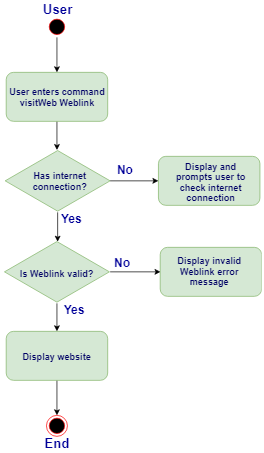
The draw.io diagram images/VisitWebUrlActivityDiagram.png in CS2103-AY1819S2-W17-1/main, before a commit. Source tidied: cells renumbered, new cells last; positions are measured from the earlier drawing's top-left corner, leaving out a move shared by most shapes. Its diagram source:
```xml
<mxGraphModel background="#ffffff">
  <root>
    <mxCell id="0" />
    <mxCell id="1" parent="0" />
    <mxCell id="2" style="edgeStyle=orthogonalEdgeStyle;rounded=0;jettySize=auto;html=1;entryX=0.5;entryY=0;entryDx=0;entryDy=0;fontSize=13;fontColor=#000066;" parent="1" edge="1" source="3" target="16">
      <mxGeometry relative="1" as="geometry" />
    </mxCell>
    <mxCell id="3" style="html=1;whiteSpace=wrap;shape=isoRectangle;fontSize=13;fillColor=#d5e8d4;strokeColor=#82b366;" parent="1" vertex="1">
      <mxGeometry x="2" y="340" width="150" height="90" as="geometry" />
    </mxCell>
    <mxCell id="4" style="edgeStyle=orthogonalEdgeStyle;rounded=0;jettySize=auto;html=1;entryX=0.506;entryY=0.019;entryDx=0;entryDy=0;entryPerimeter=0;fontSize=13;fontColor=#000066;" parent="1" edge="1" source="5" target="3">
      <mxGeometry relative="1" as="geometry" />
    </mxCell>
    <mxCell id="5" style="html=1;whiteSpace=wrap;shape=isoRectangle;fontSize=13;fillColor=#d5e8d4;strokeColor=#82b366;" parent="1" vertex="1">
      <mxGeometry x="3" y="210" width="150" height="90" as="geometry" />
    </mxCell>
    <mxCell id="6" style="ellipse;html=1;shape=startState;fillColor=#000000;strokeColor=#ff0000;rounded=1;shadow=0;comic=0;labelBackgroundColor=none;fontFamily=Verdana;fontSize=12;fontColor=#000000;align=center;direction=south;" parent="1" vertex="1">
      <mxGeometry x="62" y="20" width="30" height="30" as="geometry" />
    </mxCell>
    <mxCell id="7" style="edgeStyle=orthogonalEdgeStyle;rounded=0;jettySize=auto;html=1;exitX=0.5;exitY=1;exitDx=0;exitDy=0;fontSize=13;fontColor=#000066;" parent="1" edge="1" source="8">
      <mxGeometry relative="1" as="geometry">
        <mxPoint x="77" y="211" as="targetPoint" />
      </mxGeometry>
    </mxCell>
    <mxCell id="8" style="rounded=1;whiteSpace=wrap;html=1;fillColor=#d5e8d4;strokeColor=#82b366;" parent="1" vertex="1">
      <mxGeometry x="4.5" y="100" width="145" height="70" as="geometry" />
    </mxCell>
    <mxCell id="9" value="&lt;font style=&quot;font-size: 13px&quot;&gt;&lt;b&gt;User enters command visitWeb Weblink&lt;/b&gt;&lt;/font&gt;" style="text;html=1;strokeColor=none;fillColor=none;align=center;verticalAlign=middle;whiteSpace=wrap;rounded=0;fontSize=13;fontColor=#000066;" parent="1" vertex="1">
      <mxGeometry x="-0.5" y="125" width="155" height="20" as="geometry" />
    </mxCell>
    <mxCell id="10" value="&lt;b&gt;&lt;font style=&quot;font-size: 19px&quot;&gt;User&lt;/font&gt;&lt;/b&gt;" style="text;html=1;strokeColor=none;fillColor=none;align=center;verticalAlign=middle;whiteSpace=wrap;rounded=0;fontColor=#000099;" parent="1" vertex="1">
      <mxGeometry x="58" width="40" height="20" as="geometry" />
    </mxCell>
    <mxCell id="11" style="edgeStyle=orthogonalEdgeStyle;rounded=0;jettySize=auto;html=1;fontSize=13;fontColor=#000066;entryX=0;entryY=0.5;entryDx=0;entryDy=0;" parent="1" edge="1" source="12" target="18">
      <mxGeometry relative="1" as="geometry" />
    </mxCell>
    <mxCell id="12" value="&lt;b&gt;Has internet connection?&lt;/b&gt;" style="text;html=1;strokeColor=none;fillColor=none;align=center;verticalAlign=middle;whiteSpace=wrap;rounded=0;fontSize=13;fontColor=#000066;" parent="1" vertex="1">
      <mxGeometry x="10" y="245" width="143" height="20" as="geometry" />
    </mxCell>
    <mxCell id="13" style="edgeStyle=orthogonalEdgeStyle;rounded=0;jettySize=auto;html=1;entryX=0;entryY=0.5;entryDx=0;entryDy=0;fontSize=13;fontColor=#000066;exitX=1.005;exitY=0.502;exitDx=0;exitDy=0;exitPerimeter=0;" parent="1" edge="1" source="3" target="20">
      <mxGeometry relative="1" as="geometry" />
    </mxCell>
    <mxCell id="14" value="&lt;b&gt;Is Weblink valid?&lt;/b&gt;" style="text;html=1;strokeColor=none;fillColor=none;align=center;verticalAlign=middle;whiteSpace=wrap;rounded=0;fontSize=13;fontColor=#000066;" parent="1" vertex="1">
      <mxGeometry x="5.5" y="377.5" width="143" height="20" as="geometry" />
    </mxCell>
    <mxCell id="15" style="edgeStyle=orthogonalEdgeStyle;rounded=0;jettySize=auto;html=1;entryX=0.5;entryY=0;entryDx=0;entryDy=0;fontSize=13;fontColor=#000066;" parent="1" edge="1" source="16" target="27">
      <mxGeometry relative="1" as="geometry" />
    </mxCell>
    <mxCell id="16" style="rounded=1;whiteSpace=wrap;html=1;fillColor=#d5e8d4;strokeColor=#82b366;" parent="1" vertex="1">
      <mxGeometry x="4.5" y="470" width="145" height="70" as="geometry" />
    </mxCell>
    <mxCell id="17" value="&lt;b&gt;Display website&lt;/b&gt;" style="text;html=1;strokeColor=none;fillColor=none;align=center;verticalAlign=middle;whiteSpace=wrap;rounded=0;fontSize=13;fontColor=#000066;" parent="1" vertex="1">
      <mxGeometry x="5.5" y="495" width="143" height="20" as="geometry" />
    </mxCell>
    <mxCell id="18" style="rounded=1;whiteSpace=wrap;html=1;fillColor=#d5e8d4;strokeColor=#82b366;" parent="1" vertex="1">
      <mxGeometry x="222" y="220" width="145" height="70" as="geometry" />
    </mxCell>
    <mxCell id="19" value="&lt;b&gt;Display and prompts user to check internet connection&lt;/b&gt;" style="text;html=1;strokeColor=none;fillColor=none;align=center;verticalAlign=middle;whiteSpace=wrap;rounded=0;fontSize=13;fontColor=#000066;" parent="1" vertex="1">
      <mxGeometry x="232" y="245" width="130" height="25" as="geometry" />
    </mxCell>
    <mxCell id="20" style="rounded=1;whiteSpace=wrap;html=1;fillColor=#d5e8d4;strokeColor=#82b366;" parent="1" vertex="1">
      <mxGeometry x="224.5" y="350" width="145" height="70" as="geometry" />
    </mxCell>
    <mxCell id="21" value="&lt;b&gt;Display invalid Weblink error message&lt;/b&gt;" style="text;html=1;strokeColor=none;fillColor=none;align=center;verticalAlign=middle;whiteSpace=wrap;rounded=0;fontSize=13;fontColor=#000066;" parent="1" vertex="1">
      <mxGeometry x="229.5" y="372.5" width="130" height="25" as="geometry" />
    </mxCell>
    <mxCell id="22" value="&lt;b&gt;&lt;font style=&quot;font-size: 17px&quot;&gt;No&lt;/font&gt;&lt;/b&gt;" style="text;html=1;strokeColor=none;fillColor=none;align=center;verticalAlign=middle;whiteSpace=wrap;rounded=0;fontColor=#000099;" parent="1" vertex="1">
      <mxGeometry x="154.5" y="230" width="40" height="20" as="geometry" />
    </mxCell>
    <mxCell id="23" value="&lt;b&gt;&lt;font style=&quot;font-size: 17px&quot;&gt;No&lt;/font&gt;&lt;/b&gt;" style="text;html=1;strokeColor=none;fillColor=none;align=center;verticalAlign=middle;whiteSpace=wrap;rounded=0;fontColor=#000099;" parent="1" vertex="1">
      <mxGeometry x="150.5" y="362.5" width="40" height="20" as="geometry" />
    </mxCell>
    <mxCell id="24" value="&lt;b&gt;&lt;font style=&quot;font-size: 17px&quot;&gt;Yes&lt;/font&gt;&lt;/b&gt;" style="text;html=1;strokeColor=none;fillColor=none;align=center;verticalAlign=middle;whiteSpace=wrap;rounded=0;fontColor=#000099;" parent="1" vertex="1">
      <mxGeometry x="78" y="300" width="40" height="20" as="geometry" />
    </mxCell>
    <mxCell id="25" value="&lt;b&gt;&lt;font style=&quot;font-size: 17px&quot;&gt;Yes&lt;/font&gt;&lt;/b&gt;" style="text;html=1;strokeColor=none;fillColor=none;align=center;verticalAlign=middle;whiteSpace=wrap;rounded=0;fontColor=#000099;" parent="1" vertex="1">
      <mxGeometry x="81.5" y="430" width="40" height="20" as="geometry" />
    </mxCell>
    <mxCell id="26" style="edgeStyle=orthogonalEdgeStyle;rounded=0;orthogonalLoop=1;jettySize=auto;html=1;exitX=0.5;exitY=1;exitDx=0;exitDy=0;fontSize=13;fontColor=#000066;" parent="1" edge="1" source="10" target="10">
      <mxGeometry relative="1" as="geometry" />
    </mxCell>
    <mxCell id="27" style="ellipse;html=1;shape=endState;fillColor=#000000;strokeColor=#ff0000;fontSize=13;fontColor=#000066;" parent="1" vertex="1">
      <mxGeometry x="62" y="590" width="30" height="30" as="geometry" />
    </mxCell>
    <mxCell id="28" value="&lt;b&gt;&lt;font style=&quot;font-size: 19px&quot;&gt;End&lt;br&gt;&lt;/font&gt;&lt;/b&gt;" style="text;html=1;strokeColor=none;fillColor=none;align=center;verticalAlign=middle;whiteSpace=wrap;rounded=0;fontColor=#000099;" parent="1" vertex="1">
      <mxGeometry x="57" y="620" width="40" height="20" as="geometry" />
    </mxCell>
    <mxCell id="29" style="edgeStyle=orthogonalEdgeStyle;rounded=0;jettySize=auto;html=1;exitX=1;exitY=0.5;exitDx=0;exitDy=0;fontSize=13;fontColor=#000066;entryX=0.5;entryY=0;entryDx=0;entryDy=0;" parent="1" edge="1" source="6" target="8">
      <mxGeometry relative="1" as="geometry">
        <Array as="points">
          <mxPoint x="77" y="90" />
          <mxPoint x="77" y="90" />
        </Array>
      </mxGeometry>
    </mxCell>
  </root>
</mxGraphModel>
```
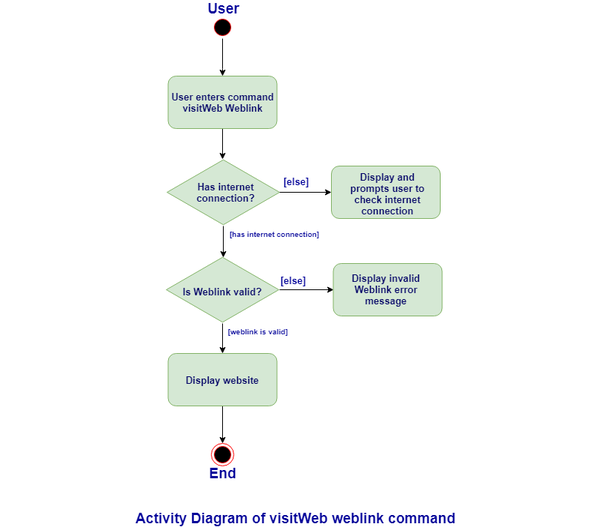
Above is the later version.

Change to the diagram source:
```diff
@@ -17,11 +17,11 @@
     <mxCell id="6" style="ellipse;html=1;shape=startState;fillColor=#000000;strokeColor=#ff0000;rounded=1;shadow=0;comic=0;labelBackgroundColor=none;fontFamily=Verdana;fontSize=12;fontColor=#000000;align=center;direction=south;" parent="1" vertex="1">
       <mxGeometry x="62" y="20" width="30" height="30" as="geometry" />
     </mxCell>
-    <mxCell id="7" style="edgeStyle=orthogonalEdgeStyle;rounded=0;jettySize=auto;html=1;exitX=0.5;exitY=1;exitDx=0;exitDy=0;fontSize=13;fontColor=#000066;" parent="1" edge="1" source="8">
-      <mxGeometry relative="1" as="geometry">
-        <mxPoint x="77" y="211" as="targetPoint" />
-      </mxGeometry>
-    </mxCell>
+    <mxCell id="30" style="edgeStyle=orthogonalEdgeStyle;rounded=0;jettySize=auto;html=1;exitX=0.5;exitY=1;exitDx=0;exitDy=0;fontSize=13;fontColor=#000066;" parent="1" edge="1" source="8">
+      <mxGeometry relative="1" as="geometry">
+        <mxPoint x="77" y="211" as="targetPoint" />
+      </mxGeometry>
+    </mxCell>
     <mxCell id="8" style="rounded=1;whiteSpace=wrap;html=1;fillColor=#d5e8d4;strokeColor=#82b366;" parent="1" vertex="1">
       <mxGeometry x="4.5" y="100" width="145" height="70" as="geometry" />
     </mxCell>
@@ -64,18 +64,15 @@
     <mxCell id="21" value="&lt;b&gt;Display invalid Weblink error message&lt;/b&gt;" style="text;html=1;strokeColor=none;fillColor=none;align=center;verticalAlign=middle;whiteSpace=wrap;rounded=0;fontSize=13;fontColor=#000066;" parent="1" vertex="1">
       <mxGeometry x="229.5" y="372.5" width="130" height="25" as="geometry" />
     </mxCell>
-    <mxCell id="22" value="&lt;b&gt;&lt;font style=&quot;font-size: 17px&quot;&gt;No&lt;/font&gt;&lt;/b&gt;" style="text;html=1;strokeColor=none;fillColor=none;align=center;verticalAlign=middle;whiteSpace=wrap;rounded=0;fontColor=#000099;" parent="1" vertex="1">
-      <mxGeometry x="154.5" y="230" width="40" height="20" as="geometry" />
-    </mxCell>
-    <mxCell id="23" value="&lt;b&gt;&lt;font style=&quot;font-size: 17px&quot;&gt;No&lt;/font&gt;&lt;/b&gt;" style="text;html=1;strokeColor=none;fillColor=none;align=center;verticalAlign=middle;whiteSpace=wrap;rounded=0;fontColor=#000099;" parent="1" vertex="1">
-      <mxGeometry x="150.5" y="362.5" width="40" height="20" as="geometry" />
-    </mxCell>
-    <mxCell id="24" value="&lt;b&gt;&lt;font style=&quot;font-size: 17px&quot;&gt;Yes&lt;/font&gt;&lt;/b&gt;" style="text;html=1;strokeColor=none;fillColor=none;align=center;verticalAlign=middle;whiteSpace=wrap;rounded=0;fontColor=#000099;" parent="1" vertex="1">
-      <mxGeometry x="78" y="300" width="40" height="20" as="geometry" />
-    </mxCell>
-    <mxCell id="25" value="&lt;b&gt;&lt;font style=&quot;font-size: 17px&quot;&gt;Yes&lt;/font&gt;&lt;/b&gt;" style="text;html=1;strokeColor=none;fillColor=none;align=center;verticalAlign=middle;whiteSpace=wrap;rounded=0;fontColor=#000099;" parent="1" vertex="1">
-      <mxGeometry x="81.5" y="430" width="40" height="20" as="geometry" />
-    </mxCell>
+    <mxCell id="31" value="&lt;b&gt;&lt;font style=&quot;font-size: 13px&quot;&gt;[else]&lt;/font&gt;&lt;/b&gt;" style="text;html=1;strokeColor=none;fillColor=none;align=center;verticalAlign=middle;whiteSpace=wrap;rounded=0;fontColor=#000099;" parent="1" vertex="1">
+      <mxGeometry x="154.5" y="230" width="40" height="20" as="geometry" />
+    </mxCell>
+    <mxCell id="32" value="&lt;b&gt;&lt;font style=&quot;font-size: 13px&quot;&gt;[else]&lt;/font&gt;&lt;/b&gt;" style="text;html=1;strokeColor=none;fillColor=none;align=center;verticalAlign=middle;whiteSpace=wrap;rounded=0;fontColor=#000099;" parent="1" vertex="1">
+      <mxGeometry x="150.5" y="362.5" width="40" height="20" as="geometry" />
+    </mxCell>
+    <mxCell id="33" value="&lt;b&gt;&lt;font style=&quot;font-size: 10px&quot;&gt;[has internet connection]&lt;/font&gt;&lt;/b&gt;" style="text;html=1;strokeColor=none;fillColor=none;align=center;verticalAlign=middle;whiteSpace=wrap;rounded=0;fontColor=#000099;" parent="1" vertex="1">
+      <mxGeometry x="78" y="300" width="134" height="20" as="geometry" />
+    </mxCell>
     <mxCell id="26" style="edgeStyle=orthogonalEdgeStyle;rounded=0;orthogonalLoop=1;jettySize=auto;html=1;exitX=0.5;exitY=1;exitDx=0;exitDy=0;fontSize=13;fontColor=#000066;" parent="1" edge="1" source="10" target="10">
       <mxGeometry relative="1" as="geometry" />
     </mxCell>
@@ -85,6 +82,9 @@
     <mxCell id="28" value="&lt;b&gt;&lt;font style=&quot;font-size: 19px&quot;&gt;End&lt;br&gt;&lt;/font&gt;&lt;/b&gt;" style="text;html=1;strokeColor=none;fillColor=none;align=center;verticalAlign=middle;whiteSpace=wrap;rounded=0;fontColor=#000099;" parent="1" vertex="1">
       <mxGeometry x="57" y="620" width="40" height="20" as="geometry" />
     </mxCell>
+    <mxCell id="34" value="&lt;div style=&quot;text-align: left&quot;&gt;&lt;b&gt;&lt;font style=&quot;font-size: 19px&quot;&gt;Activity Diagram of visitWeb weblink command&lt;/font&gt;&lt;/b&gt;&lt;/div&gt;" style="text;html=1;strokeColor=none;fillColor=none;align=center;verticalAlign=middle;whiteSpace=wrap;rounded=0;fontColor=#000099;" parent="1" vertex="1">
+      <mxGeometry x="-218" y="680" width="783" height="20" as="geometry" />
+    </mxCell>
     <mxCell id="29" style="edgeStyle=orthogonalEdgeStyle;rounded=0;jettySize=auto;html=1;exitX=1;exitY=0.5;exitDx=0;exitDy=0;fontSize=13;fontColor=#000066;entryX=0.5;entryY=0;entryDx=0;entryDy=0;" parent="1" edge="1" source="6" target="8">
       <mxGeometry relative="1" as="geometry">
         <Array as="points">
@@ -93,5 +93,8 @@
         </Array>
       </mxGeometry>
     </mxCell>
+    <mxCell id="35" value="&lt;b&gt;&lt;font style=&quot;font-size: 10px&quot;&gt;[weblink is valid]&lt;/font&gt;&lt;/b&gt;" style="text;html=1;strokeColor=none;fillColor=none;align=center;verticalAlign=middle;whiteSpace=wrap;rounded=0;fontColor=#000099;" parent="1" vertex="1">
+      <mxGeometry x="57" y="430" width="134" height="20" as="geometry" />
+    </mxCell>
   </root>
 </mxGraphModel>
```
